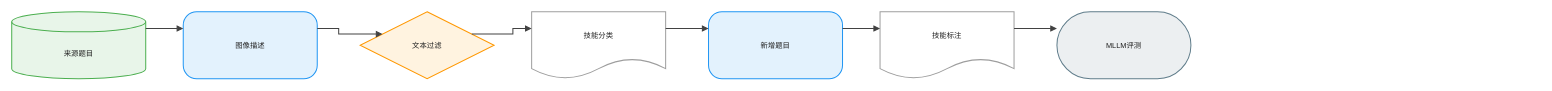
joe1chief/benchmark-hub keeps this draw.io diagram as client/public/drawio/EMMA/EMMA.zh.drawio. Above is the earlier version. Source tidied: cells renumbered, new cells numbered last; positions are measured from the earlier drawing's top-left corner, leaving out a move shared by most shapes. Both pictures are drawn from the tidied source at 67%, with x=0, y=0 at pixel (11, 11).
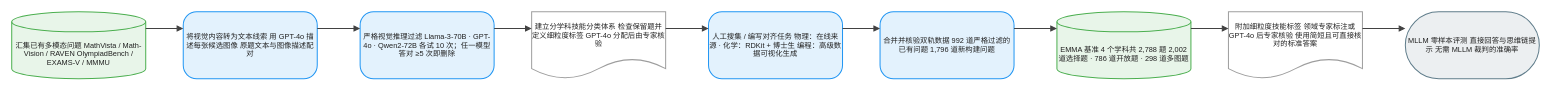
The same diagram, later.

What changed in the source:
```diff
@@
 <mxGraphModel background="#FFFFFF">
   <root>
     <mxCell id="0" />
     <mxCell id="1" parent="0" />
-    <mxCell id="2" value="来源题目" style="shape=cylinder3;boundedLbl=1;backgroundOutline=1;size=15;html=1;whiteSpace=wrap;fillColor=#E8F5E9;strokeColor=#4CAF50;strokeWidth=1.5;fontColor=#212121;fontSize=11;fontFamily=Arial, Helvetica, sans-serif;verticalAlign=middle;align=center;" parent="1" vertex="1">
+    <mxCell id="2" value="汇集已有多模态问题 MathVista / Math-Vision / RAVEN OlympiadBench / EXAMS-V / MMMU" style="shape=cylinder3;boundedLbl=1;backgroundOutline=1;size=15;html=1;whiteSpace=wrap;fillColor=#E8F5E9;strokeColor=#4CAF50;strokeWidth=1.5;fontColor=#212121;fontSize=11;fontFamily=Arial, Helvetica, sans-serif;verticalAlign=middle;align=center;" parent="1" vertex="1">
       <mxGeometry width="200" height="100" as="geometry" />
     </mxCell>
-    <mxCell id="3" value="图像描述" style="rounded=1;arcSize=20;html=1;whiteSpace=wrap;fillColor=#E3F2FD;strokeColor=#2196F3;strokeWidth=1.5;fontColor=#212121;fontSize=11;fontFamily=Arial, Helvetica, sans-serif;verticalAlign=middle;align=center;" parent="1" vertex="1">
+    <mxCell id="3" value="将视觉内容转为文本线索 用 GPT-4o 描述每张候选图像 原题文本与图像描述配对" style="rounded=1;arcSize=20;html=1;whiteSpace=wrap;fillColor=#E3F2FD;strokeColor=#2196F3;strokeWidth=1.5;fontColor=#212121;fontSize=11;fontFamily=Arial, Helvetica, sans-serif;verticalAlign=middle;align=center;" parent="1" vertex="1">
       <mxGeometry x="256" width="200" height="100" as="geometry" />
     </mxCell>
-    <mxCell id="4" value="文本过滤" style="rhombus;html=1;whiteSpace=wrap;fillColor=#FFF3E0;strokeColor=#FF9800;strokeWidth=1.5;fontColor=#212121;fontSize=11;fontFamily=Arial, Helvetica, sans-serif;verticalAlign=middle;align=center;" parent="1" vertex="1">
+    <mxCell id="4" value="严格视觉推理过滤 Llama-3-70B · GPT-4o · Qwen2-72B 各试 10 次；任一模型答对 ≥5 次即删除" style="rounded=1;arcSize=20;html=1;whiteSpace=wrap;fillColor=#E3F2FD;strokeColor=#2196F3;strokeWidth=1.5;fontColor=#212121;fontSize=11;fontFamily=Arial, Helvetica, sans-serif;verticalAlign=middle;align=center;" parent="1" vertex="1">
       <mxGeometry x="520" width="200" height="100" as="geometry" />
     </mxCell>
-    <mxCell id="5" value="技能分类" style="shape=document;boundedLbl=1;html=1;whiteSpace=wrap;fillColor=#FFFFFF;strokeColor=#9E9E9E;strokeWidth=1.5;fontColor=#212121;fontSize=11;fontFamily=Arial, Helvetica, sans-serif;verticalAlign=middle;align=center;" parent="1" vertex="1">
+    <mxCell id="5" value="建立分学科技能分类体系 检查保留题并定义细粒度标签 GPT-4o 分配后由专家核验" style="shape=document;boundedLbl=1;html=1;whiteSpace=wrap;fillColor=#FFFFFF;strokeColor=#9E9E9E;strokeWidth=1.5;fontColor=#212121;fontSize=11;fontFamily=Arial, Helvetica, sans-serif;verticalAlign=middle;align=center;" parent="1" vertex="1">
       <mxGeometry x="776" width="200" height="100" as="geometry" />
     </mxCell>
-    <mxCell id="6" value="新增题目" style="rounded=1;arcSize=20;html=1;whiteSpace=wrap;fillColor=#E3F2FD;strokeColor=#2196F3;strokeWidth=1.5;fontColor=#212121;fontSize=11;fontFamily=Arial, Helvetica, sans-serif;verticalAlign=middle;align=center;" parent="1" vertex="1">
+    <mxCell id="6" value="人工搜集 / 编写对齐任务 物理：在线来源 · 化学：RDKit + 博士生 编程：高级数据可视化生成" style="rounded=1;arcSize=20;html=1;whiteSpace=wrap;fillColor=#E3F2FD;strokeColor=#2196F3;strokeWidth=1.5;fontColor=#212121;fontSize=11;fontFamily=Arial, Helvetica, sans-serif;verticalAlign=middle;align=center;" parent="1" vertex="1">
       <mxGeometry x="1040" width="200" height="100" as="geometry" />
     </mxCell>
-    <mxCell id="7" value="技能标注" style="shape=document;boundedLbl=1;html=1;whiteSpace=wrap;fillColor=#FFFFFF;strokeColor=#9E9E9E;strokeWidth=1.5;fontColor=#212121;fontSize=11;fontFamily=Arial, Helvetica, sans-serif;verticalAlign=middle;align=center;" parent="1" vertex="1">
+    <mxCell id="7" value="合并并核验双轨数据 992 道严格过滤的已有问题 1,796 道新构建问题" style="rounded=1;arcSize=20;html=1;whiteSpace=wrap;fillColor=#E3F2FD;strokeColor=#2196F3;strokeWidth=1.5;fontColor=#212121;fontSize=11;fontFamily=Arial, Helvetica, sans-serif;verticalAlign=middle;align=center;" parent="1" vertex="1">
       <mxGeometry x="1296" width="200" height="100" as="geometry" />
     </mxCell>
-    <mxCell id="8" value="MLLM评测" style="rounded=1;arcSize=50;html=1;whiteSpace=wrap;fillColor=#ECEFF1;strokeColor=#607D8B;strokeWidth=1.5;fontColor=#212121;fontSize=11;fontFamily=Arial, Helvetica, sans-serif;verticalAlign=middle;align=center;" parent="1" vertex="1">
+    <mxCell id="8" value="EMMA 基准 4 个学科共 2,788 题 2,002 道选择题 · 786 道开放题 · 298 道多图题" style="shape=cylinder3;boundedLbl=1;backgroundOutline=1;size=15;html=1;whiteSpace=wrap;fillColor=#E8F5E9;strokeColor=#4CAF50;strokeWidth=1.5;fontColor=#212121;fontSize=11;fontFamily=Arial, Helvetica, sans-serif;verticalAlign=middle;align=center;" parent="1" vertex="1">
       <mxGeometry x="1560" width="200" height="100" as="geometry" />
     </mxCell>
-    <mxCell id="9" style="edgeStyle=orthogonalEdgeStyle;rounded=0;jettySize=auto;html=1;strokeColor=#424242;strokeWidth=1.5;endArrow=block;endFill=1;exitX=1;exitY=0.25;exitDx=0;exitDy=0;entryX=0;entryY=0.25;entryDx=0;entryDy=0;jumpStyle=arc;jumpSize=8;" parent="1" edge="1" source="2" target="3">
-      <mxGeometry relative="1" as="geometry" />
+    <mxCell id="9" value="附加细粒度技能标签 领域专家标注或 GPT-4o 后专家核验 使用简短且可直接核对的标准答案" style="shape=document;boundedLbl=1;html=1;whiteSpace=wrap;fillColor=#FFFFFF;strokeColor=#9E9E9E;strokeWidth=1.5;fontColor=#212121;fontSize=11;fontFamily=Arial, Helvetica, sans-serif;verticalAlign=middle;align=center;" parent="1" vertex="1">
+      <mxGeometry x="1816" width="200" height="100" as="geometry" />
     </mxCell>
-    <mxCell id="10" style="edgeStyle=orthogonalEdgeStyle;rounded=0;jettySize=auto;html=1;strokeColor=#424242;strokeWidth=1.5;endArrow=block;endFill=1;exitX=1;exitY=0.25;exitDx=0;exitDy=0;entryX=0;entryY=0.25;entryDx=0;entryDy=0;jumpStyle=arc;jumpSize=8;" parent="1" edge="1" source="3" target="4">
-      <mxGeometry relative="1" as="geometry" />
+    <mxCell id="10" value="MLLM 零样本评测 直接回答与思维链提示 无需 MLLM 裁判的准确率" style="rounded=1;arcSize=50;html=1;whiteSpace=wrap;fillColor=#ECEFF1;strokeColor=#607D8B;strokeWidth=1.5;fontColor=#212121;fontSize=11;fontFamily=Arial, Helvetica, sans-serif;verticalAlign=middle;align=center;" parent="1" vertex="1">
+      <mxGeometry x="2080" width="200" height="100" as="geometry" />
     </mxCell>
-    <mxCell id="11" style="edgeStyle=orthogonalEdgeStyle;rounded=0;jettySize=auto;html=1;strokeColor=#424242;strokeWidth=1.5;endArrow=block;endFill=1;exitX=1;exitY=0.25;exitDx=0;exitDy=0;entryX=0;entryY=0.25;entryDx=0;entryDy=0;jumpStyle=arc;jumpSize=8;" parent="1" edge="1" source="4" target="5">
+    <mxCell id="11" style="edgeStyle=orthogonalEdgeStyle;rounded=0;jettySize=auto;html=1;strokeColor=#424242;strokeWidth=1.5;endArrow=block;endFill=1;exitX=1;exitY=0.25;exitDx=0;exitDy=0;entryX=0;entryY=0.25;entryDx=0;entryDy=0;jumpStyle=arc;jumpSize=8;" parent="1" edge="1" source="2" target="3">
       <mxGeometry relative="1" as="geometry" />
     </mxCell>
-    <mxCell id="12" style="edgeStyle=orthogonalEdgeStyle;rounded=0;jettySize=auto;html=1;strokeColor=#424242;strokeWidth=1.5;endArrow=block;endFill=1;exitX=1;exitY=0.25;exitDx=0;exitDy=0;entryX=0;entryY=0.25;entryDx=0;entryDy=0;jumpStyle=arc;jumpSize=8;" parent="1" edge="1" source="5" target="6">
+    <mxCell id="12" style="edgeStyle=orthogonalEdgeStyle;rounded=0;jettySize=auto;html=1;strokeColor=#424242;strokeWidth=1.5;endArrow=block;endFill=1;exitX=1;exitY=0.25;exitDx=0;exitDy=0;entryX=0;entryY=0.25;entryDx=0;entryDy=0;jumpStyle=arc;jumpSize=8;" parent="1" edge="1" source="3" target="4">
       <mxGeometry relative="1" as="geometry" />
     </mxCell>
-    <mxCell id="13" style="edgeStyle=orthogonalEdgeStyle;rounded=0;jettySize=auto;html=1;strokeColor=#424242;strokeWidth=1.5;endArrow=block;endFill=1;exitX=1;exitY=0.25;exitDx=0;exitDy=0;entryX=0;entryY=0.25;entryDx=0;entryDy=0;jumpStyle=arc;jumpSize=8;" parent="1" edge="1" source="6" target="7">
+    <mxCell id="13" style="edgeStyle=orthogonalEdgeStyle;rounded=0;jettySize=auto;html=1;strokeColor=#424242;strokeWidth=1.5;endArrow=block;endFill=1;exitX=1;exitY=0.25;exitDx=0;exitDy=0;entryX=0;entryY=0.25;entryDx=0;entryDy=0;jumpStyle=arc;jumpSize=8;" parent="1" edge="1" source="4" target="5">
       <mxGeometry relative="1" as="geometry" />
     </mxCell>
-    <mxCell id="14" style="edgeStyle=orthogonalEdgeStyle;rounded=0;jettySize=auto;html=1;strokeColor=#424242;strokeWidth=1.5;endArrow=block;endFill=1;exitX=1;exitY=0.25;exitDx=0;exitDy=0;entryX=0;entryY=0.25;entryDx=0;entryDy=0;jumpStyle=arc;jumpSize=8;" parent="1" edge="1" source="7" target="8">
+    <mxCell id="14" style="edgeStyle=orthogonalEdgeStyle;rounded=0;jettySize=auto;html=1;strokeColor=#424242;strokeWidth=1.5;endArrow=block;endFill=1;exitX=1;exitY=0.25;exitDx=0;exitDy=0;entryX=0;entryY=0.25;entryDx=0;entryDy=0;jumpStyle=arc;jumpSize=8;" parent="1" edge="1" source="5" target="6">
       <mxGeometry relative="1" as="geometry" />
     </mxCell>
+    <mxCell id="15" style="edgeStyle=orthogonalEdgeStyle;rounded=0;jettySize=auto;html=1;strokeColor=#424242;strokeWidth=1.5;endArrow=block;endFill=1;exitX=1;exitY=0.25;exitDx=0;exitDy=0;entryX=0;entryY=0.25;entryDx=0;entryDy=0;jumpStyle=arc;jumpSize=8;" parent="1" edge="1" source="6" target="7">
+      <mxGeometry relative="1" as="geometry" />
+    </mxCell>
+    <mxCell id="16" style="edgeStyle=orthogonalEdgeStyle;rounded=0;jettySize=auto;html=1;strokeColor=#424242;strokeWidth=1.5;endArrow=block;endFill=1;exitX=1;exitY=0.25;exitDx=0;exitDy=0;entryX=0;entryY=0.25;entryDx=0;entryDy=0;jumpStyle=arc;jumpSize=8;" parent="1" edge="1" source="7" target="8">
+      <mxGeometry relative="1" as="geometry" />
+    </mxCell>
+    <mxCell id="17" style="edgeStyle=orthogonalEdgeStyle;rounded=0;jettySize=auto;html=1;strokeColor=#424242;strokeWidth=1.5;endArrow=block;endFill=1;exitX=1;exitY=0.25;exitDx=0;exitDy=0;entryX=0;entryY=0.25;entryDx=0;entryDy=0;jumpStyle=arc;jumpSize=8;" parent="1" edge="1" source="8" target="9">
+      <mxGeometry relative="1" as="geometry" />
+    </mxCell>
+    <mxCell id="18" style="edgeStyle=orthogonalEdgeStyle;rounded=0;jettySize=auto;html=1;strokeColor=#424242;strokeWidth=1.5;endArrow=block;endFill=1;exitX=1;exitY=0.25;exitDx=0;exitDy=0;entryX=0;entryY=0.25;entryDx=0;entryDy=0;jumpStyle=arc;jumpSize=8;" parent="1" edge="1" source="9" target="10">
+      <mxGeometry relative="1" as="geometry" />
+    </mxCell>
   </root>
 </mxGraphModel>
```
